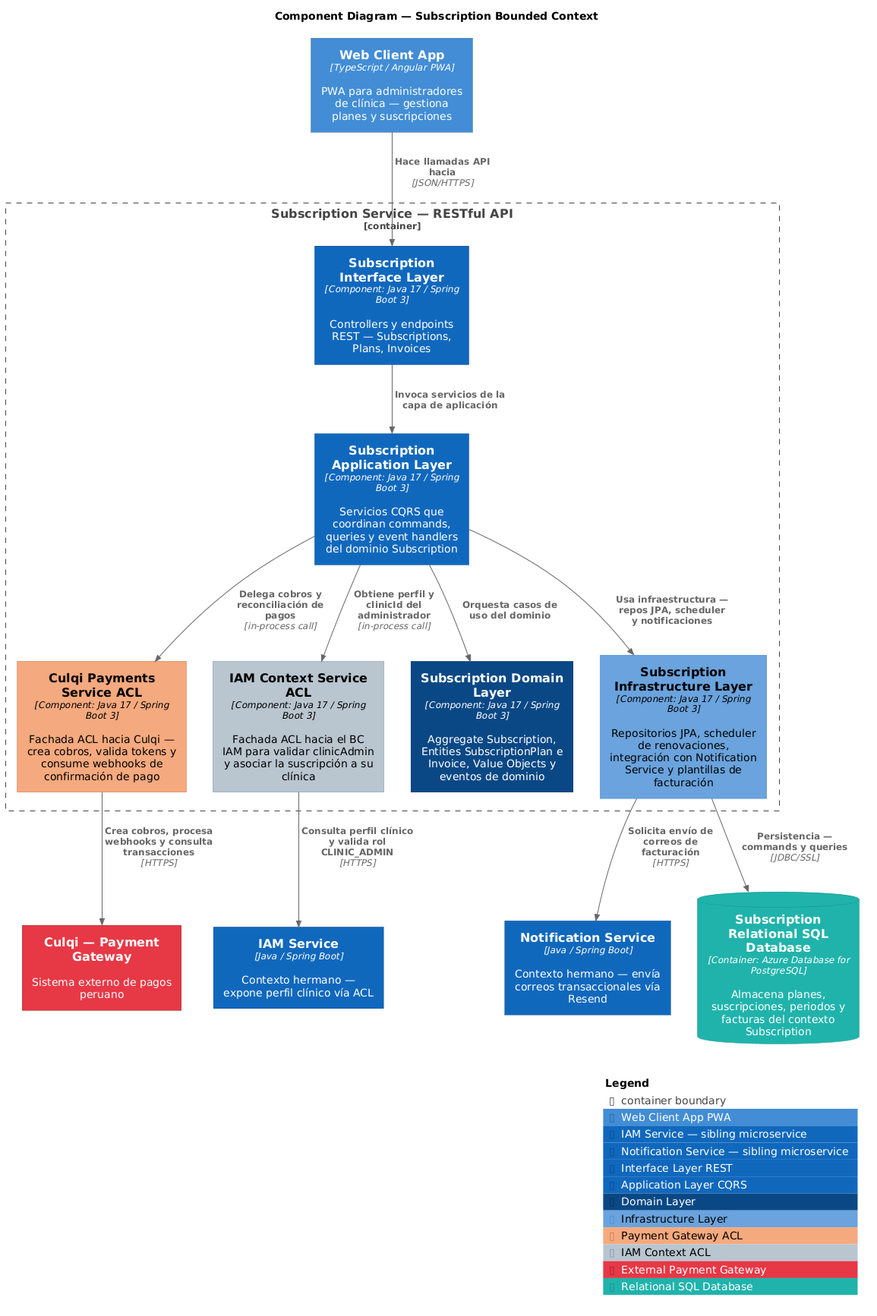
Before: assets/diagrams/software-architecture/components/out/subscription-components-diagram.png, a diagram exported from PlantUML (kiniot/uflex-project-report).
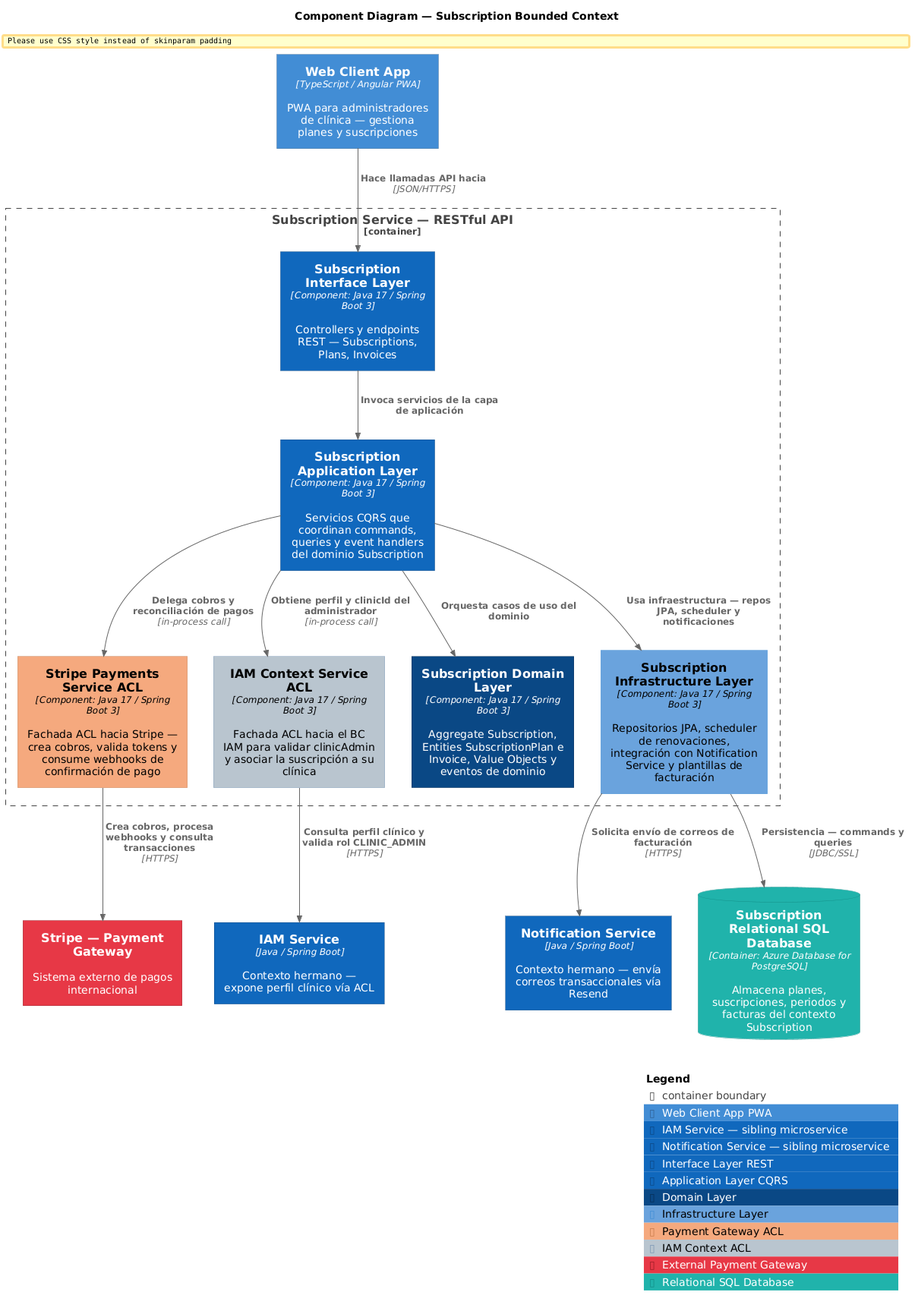
After the commit.

Commit message:
fix(architecture): replace Culqi with Stripe payment gateway

Change to the diagram source:
```diff
@@ -30,13 +30,13 @@
 Container_Boundary(subscriptionService, "Subscription Service — RESTful API") {
   Component(interfaceLayer,      "Subscription Interface Layer",       "Component: Java 17 / Spring Boot 3", "Controllers y endpoints REST — Subscriptions, Plans, Invoices", $tags="interface")
   Component(applicationLayer,    "Subscription Application Layer",     "Component: Java 17 / Spring Boot 3", "Servicios CQRS que coordinan commands, queries y event handlers del dominio Subscription", $tags="application")
-  Component(culqiAcl,            "Culqi Payments Service ACL",         "Component: Java 17 / Spring Boot 3", "Fachada ACL hacia Culqi — crea cobros, valida tokens y consume webhooks de confirmación de pago", $tags="aclPayment")
+  Component(stripeAcl,           "Stripe Payments Service ACL",        "Component: Java 17 / Spring Boot 3", "Fachada ACL hacia Stripe — crea cobros, valida tokens y consume webhooks de confirmación de pago", $tags="aclPayment")
   Component(iamAcl,              "IAM Context Service ACL",            "Component: Java 17 / Spring Boot 3", "Fachada ACL hacia el BC IAM para validar clinicAdmin y asociar la suscripción a su clínica", $tags="aclIam")
   Component(domainLayer,         "Subscription Domain Layer",          "Component: Java 17 / Spring Boot 3", "Aggregate Subscription, Entities SubscriptionPlan e Invoice, Value Objects y eventos de dominio", $tags="domain")
   Component(infrastructureLayer, "Subscription Infrastructure Layer",  "Component: Java 17 / Spring Boot 3", "Repositorios JPA, scheduler de renovaciones, integración con Notification Service y plantillas de facturación", $tags="infrastructure")
 }
 
-System_Ext(culqi,         "Culqi — Payment Gateway",       "Sistema externo de pagos peruano", $tags="externalPayment")
+System_Ext(stripe,        "Stripe — Payment Gateway",      "Sistema externo de pagos internacional", $tags="externalPayment")
 Container(iamService,     "IAM Service",                   "Java / Spring Boot",                "Contexto hermano — expone perfil clínico vía ACL", $tags="iamService")
 Container(notifService,   "Notification Service",          "Java / Spring Boot",                "Contexto hermano — envía correos transaccionales vía Resend", $tags="notifService")
 ContainerDb(subscriptionDB, "Subscription Relational SQL Database", "Container: Azure Database for PostgreSQL", "Almacena planes, suscripciones, periodos y facturas del contexto Subscription", $tags="database")
@@ -45,12 +45,12 @@
 
 Rel(interfaceLayer, applicationLayer, "Invoca servicios de la capa de aplicación")
 
-Rel(applicationLayer, culqiAcl,            "Delega cobros y reconciliación de pagos", "in-process call")
+Rel(applicationLayer, stripeAcl,           "Delega cobros y reconciliación de pagos", "in-process call")
 Rel(applicationLayer, iamAcl,              "Obtiene perfil y clinicId del administrador", "in-process call")
 Rel(applicationLayer, domainLayer,         "Orquesta casos de uso del dominio")
 Rel(applicationLayer, infrastructureLayer, "Usa infraestructura — repos JPA, scheduler y notificaciones")
 
-Rel(culqiAcl,            culqi,        "Crea cobros, procesa webhooks y consulta transacciones", "HTTPS")
+Rel(stripeAcl,           stripe,       "Crea cobros, procesa webhooks y consulta transacciones", "HTTPS")
 Rel(iamAcl,              iamService,   "Consulta perfil clínico y valida rol CLINIC_ADMIN",      "HTTPS")
 Rel(infrastructureLayer, notifService, "Solicita envío de correos de facturación",                "HTTPS")
 Rel(infrastructureLayer, subscriptionDB, "Persistencia — commands y queries",                     "JDBC/SSL")
```
